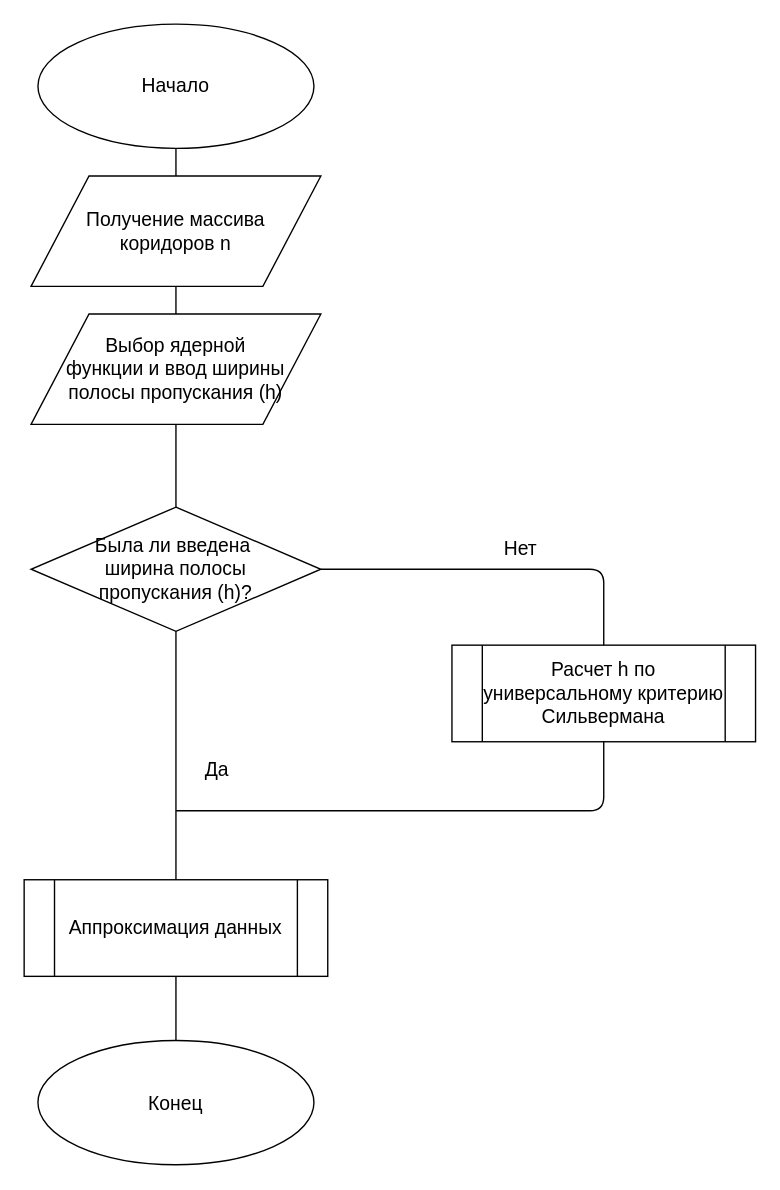
Above: page "Page-4" (4 of 4) of Untitled Diagram.drawio in RostislavOl/schemas (draw.io), before the change. Source tidied: cells renumbered, new cells numbered last; positions are measured from the earlier drawing's top-left corner, leaving out a move shared by most shapes. Both pictures are drawn from the tidied source at 138%, with x=0, y=0 at pixel (23, 23).
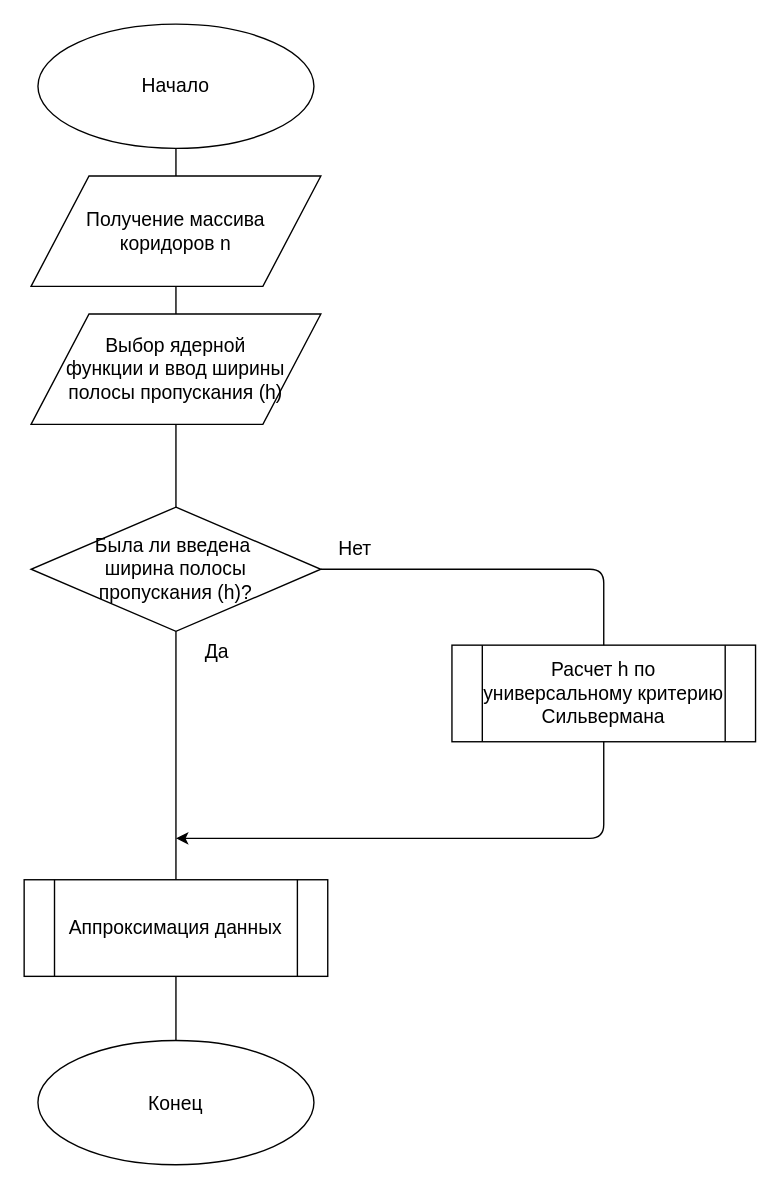
After the change.

The change refers to these unchanged cells:
```xml
<mxCell id="7" value="&lt;span style=&quot;font-size: 14px&quot;&gt;Расчет h по универсальному критерию Сильвермана&lt;/span&gt;" style="shape=process;whiteSpace=wrap;html=1;backgroundOutline=1;" parent="1" vertex="1">
  <mxGeometry x="310" y="450" width="220" height="70" as="geometry" />
</mxCell>
```

Change to the diagram source:
```diff
@@
-    <mxCell id="10" style="endArrow=none;html=1;entryX=0.5;entryY=1;entryDx=0;entryDy=0;" parent="1" edge="1" target="7">
-      <mxGeometry relative="1" as="geometry">
-        <mxPoint x="110" y="570" as="sourcePoint" />
-        <Array as="points">
-          <mxPoint x="420" y="570" />
-        </Array>
-      </mxGeometry>
-    </mxCell>
     <mxCell id="11" value="&lt;font style=&quot;font-size: 14px&quot;&gt;Нет&lt;/font&gt;" style="text;html=1;strokeColor=none;fillColor=none;align=center;verticalAlign=middle;whiteSpace=wrap;rounded=0;" parent="1" vertex="1">
-      <mxGeometry x="340" y="370" width="40" height="20" as="geometry" />
+      <mxGeometry x="220" y="370" width="40" height="20" as="geometry" />
     </mxCell>
     <mxCell id="12" value="&lt;font style=&quot;font-size: 14px&quot;&gt;Да&lt;/font&gt;" style="text;html=1;strokeColor=none;fillColor=none;align=center;verticalAlign=middle;whiteSpace=wrap;rounded=0;" parent="1" vertex="1">
-      <mxGeometry x="120" y="530" width="40" height="20" as="geometry" />
+      <mxGeometry x="120" y="445" width="40" height="20" as="geometry" />
     </mxCell>
@@
+    <mxCell id="18" style="endArrow=classic;html=1;exitX=0.5;exitY=1;exitDx=0;exitDy=0;" parent="1" edge="1" source="7">
+      <mxGeometry relative="1" as="geometry">
+        <mxPoint x="110" y="590" as="targetPoint" />
+        <Array as="points">
+          <mxPoint x="420" y="590" />
+        </Array>
+      </mxGeometry>
+    </mxCell>
```
